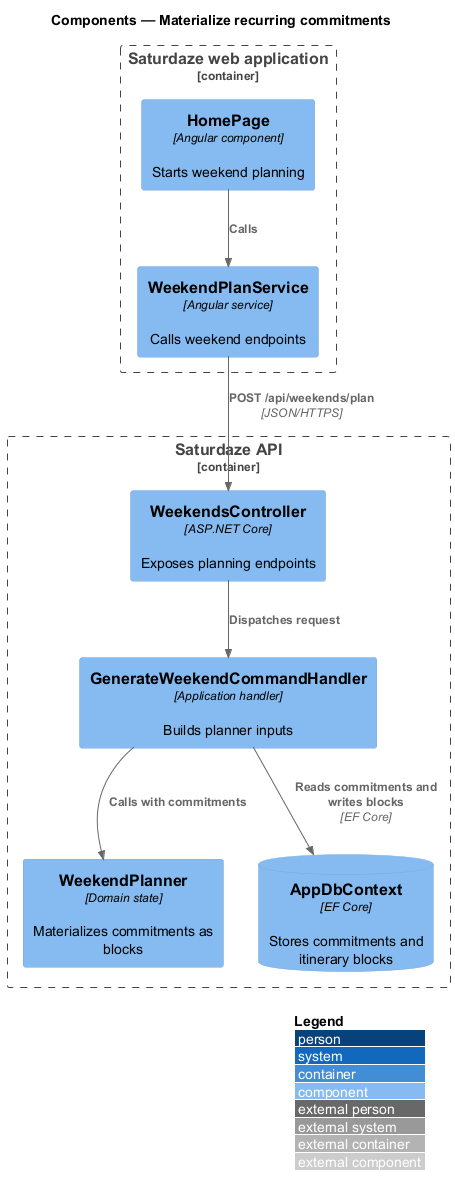
This is docs/detailed-designs/family-profile/materialize-commitments/diagrams/c4-component.png from QuinntyneBrown/saturdaze, a PlantUML export, as it was before one commit. The source it was exported from:
```plantuml
@startuml
!include <C4/C4_Component>
LAYOUT_WITH_LEGEND()
title Components — Materialize recurring commitments

Container_Boundary(web, "Saturdaze web application") {
  Component(page, "HomePage", "Angular component", "Starts weekend planning")
  Component(client, "WeekendPlanService", "Angular service", "Calls weekend endpoints")
}
Container_Boundary(api, "Saturdaze API") {
  Component(controller, "WeekendsController", "ASP.NET Core", "Exposes planning endpoints")
  Component(handler, "GenerateWeekendCommandHandler", "Application handler", "Builds planner inputs")
  Component(entity, "WeekendPlanner", "Domain state", "Materializes commitments as blocks")
  ComponentDb(db, "AppDbContext", "EF Core", "Stores commitments and itinerary blocks")
}
Rel(page, client, "Calls")
Rel(client, controller, "POST /api/weekends/plan", "JSON/HTTPS")
Rel(controller, handler, "Dispatches request")
Rel(handler, entity, "Calls with commitments")
Rel(handler, db, "Reads commitments and writes blocks", "EF Core")
@enduml
```
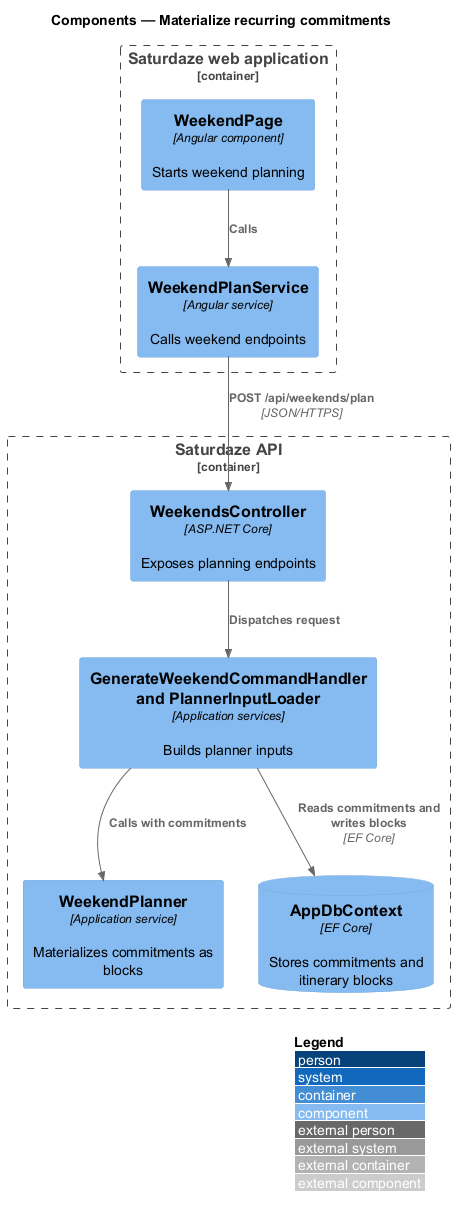
After the commit.

What changed in the source:
```diff
@@ -4,13 +4,13 @@
 title Components — Materialize recurring commitments
 
 Container_Boundary(web, "Saturdaze web application") {
-  Component(page, "HomePage", "Angular component", "Starts weekend planning")
+  Component(page, "WeekendPage", "Angular component", "Starts weekend planning")
   Component(client, "WeekendPlanService", "Angular service", "Calls weekend endpoints")
 }
 Container_Boundary(api, "Saturdaze API") {
   Component(controller, "WeekendsController", "ASP.NET Core", "Exposes planning endpoints")
-  Component(handler, "GenerateWeekendCommandHandler", "Application handler", "Builds planner inputs")
-  Component(entity, "WeekendPlanner", "Domain state", "Materializes commitments as blocks")
+  Component(handler, "GenerateWeekendCommandHandler and PlannerInputLoader", "Application services", "Builds planner inputs")
+  Component(entity, "WeekendPlanner", "Application service", "Materializes commitments as blocks")
   ComponentDb(db, "AppDbContext", "EF Core", "Stores commitments and itinerary blocks")
 }
 Rel(page, client, "Calls")
```
